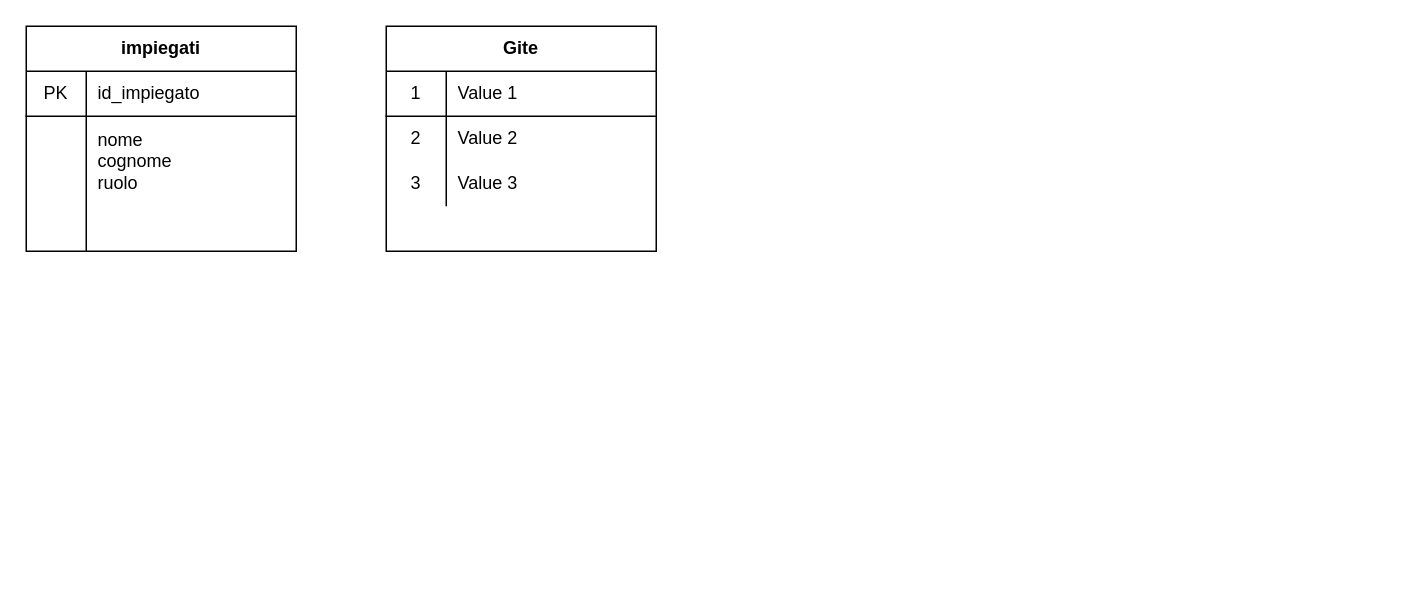
Above: Untitled Diagram.drawio in giuliacangani02/AgenziaViaggio (draw.io), before the change. Source tidied: cells renumbered, new cells numbered last; positions are measured from the earlier drawing's top-left corner, leaving out a move shared by most shapes. Both pictures are drawn from the tidied source at 150%, with x=0, y=0 at pixel (26, 26).
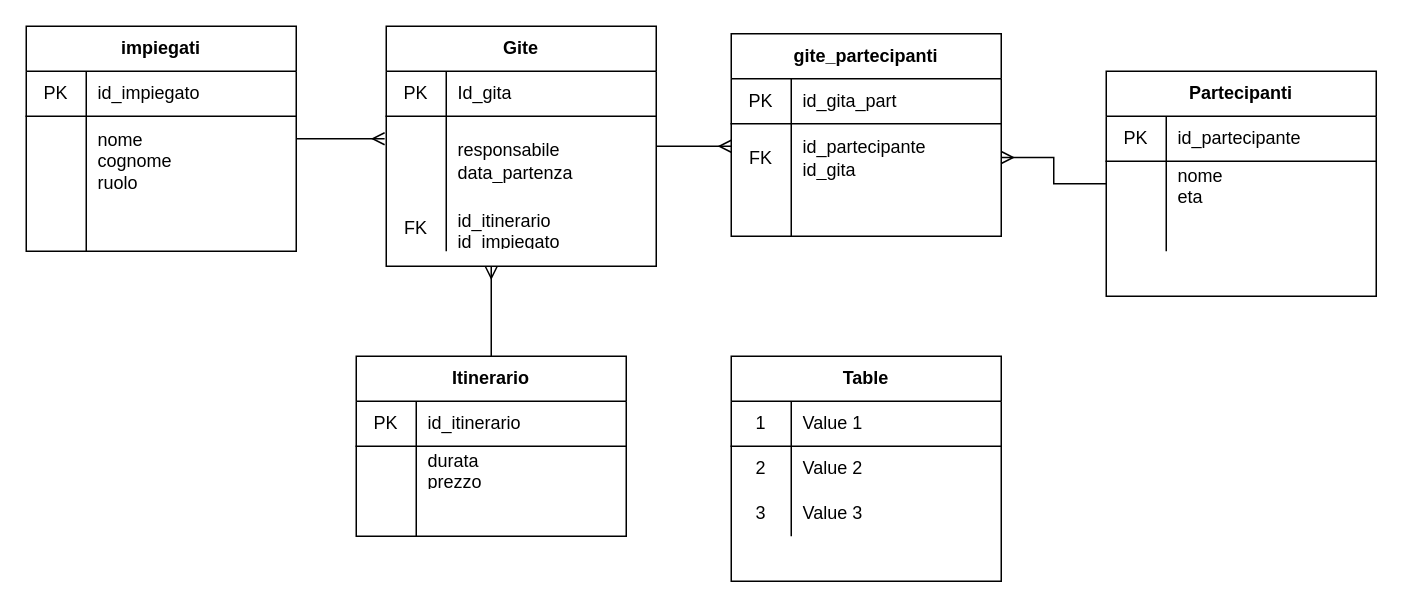
After the change.

Unchanged cells that the change refers to:
```xml
<mxCell id="2" value="impiegati" style="shape=table;html=1;whiteSpace=wrap;startSize=30;childLayout=tableLayout;rowLines=0;fontStyle=1;align=center;" parent="1" vertex="1">
  <mxGeometry width="180" height="150" as="geometry" />
</mxCell>
<mxCell id="13" style="shape=partialRectangle;html=1;whiteSpace=wrap;fillColor=none;top=0;left=0;bottom=1;right=0;" parent="12" vertex="1">
  <mxGeometry y="30" width="180" height="30" as="geometry" />
</mxCell>
```

What changed in the source:
```diff
@@
+    <mxCell id="22" style="edgeStyle=orthogonalEdgeStyle;rounded=0;jettySize=auto;html=1;entryX=-0.006;entryY=0.25;entryDx=0;entryDy=0;entryPerimeter=0;endArrow=ERmany;endFill=0;" parent="1" edge="1" source="2" target="16">
+      <mxGeometry relative="1" as="geometry" />
+    </mxCell>
@@
+    <mxCell id="23" style="edgeStyle=orthogonalEdgeStyle;rounded=0;jettySize=auto;html=1;entryX=0;entryY=0.333;entryDx=0;entryDy=0;entryPerimeter=0;endArrow=ERmany;endFill=0;" parent="1" edge="1" source="12" target="28">
+      <mxGeometry relative="1" as="geometry" />
+    </mxCell>
     <mxCell id="12" value="Gite" style="shape=table;html=1;whiteSpace=wrap;startSize=30;childLayout=tableLayout;rowLines=0;fontStyle=1;align=center;" parent="1" vertex="1">
-      <mxGeometry x="240" width="180" height="150" as="geometry" />
+      <mxGeometry x="240" width="180" height="160" as="geometry" />
     </mxCell>
@@
-    <mxCell id="14" value="1" style="shape=partialRectangle;html=1;whiteSpace=wrap;fillColor=none;top=0;left=0;bottom=0;right=0;overflow=hidden;" parent="13" vertex="1">
+    <mxCell id="14" value="PK" style="shape=partialRectangle;html=1;whiteSpace=wrap;fillColor=none;top=0;left=0;bottom=0;right=0;overflow=hidden;" parent="13" vertex="1">
       <mxGeometry width="40" height="30" as="geometry" />
     </mxCell>
-    <mxCell id="15" value="Value 1" style="shape=partialRectangle;html=1;whiteSpace=wrap;fillColor=none;top=0;left=0;bottom=0;right=0;align=left;spacingLeft=6;overflow=hidden;" parent="13" vertex="1">
+    <mxCell id="15" value="Id_gita" style="shape=partialRectangle;html=1;whiteSpace=wrap;fillColor=none;top=0;left=0;bottom=0;right=0;align=left;spacingLeft=6;overflow=hidden;" parent="13" vertex="1">
       <mxGeometry x="40" width="140" height="30" as="geometry" />
     </mxCell>
     <mxCell id="16" style="shape=partialRectangle;html=1;whiteSpace=wrap;fillColor=none;top=0;left=0;bottom=0;right=0;points=[[0,0.5],[1,0.5]];portConstraint=eastwest;" parent="12" vertex="1">
-      <mxGeometry y="60" width="180" height="30" as="geometry" />
+      <mxGeometry y="60" width="180" height="60" as="geometry" />
     </mxCell>
-    <mxCell id="17" value="2" style="shape=partialRectangle;html=1;whiteSpace=wrap;fillColor=none;top=0;left=0;bottom=0;right=0;overflow=hidden;" parent="16" vertex="1">
-      <mxGeometry width="40" height="30" as="geometry" />
+    <mxCell id="17" style="shape=partialRectangle;html=1;whiteSpace=wrap;fillColor=none;top=0;left=0;bottom=0;right=0;overflow=hidden;" parent="16" vertex="1">
+      <mxGeometry width="40" height="60" as="geometry" />
     </mxCell>
-    <mxCell id="18" value="Value 2" style="shape=partialRectangle;html=1;whiteSpace=wrap;fillColor=none;top=0;left=0;bottom=0;right=0;align=left;spacingLeft=6;overflow=hidden;" parent="16" vertex="1">
-      <mxGeometry x="40" width="140" height="30" as="geometry" />
+    <mxCell id="18" value="responsabile&lt;br&gt;data_partenza" style="shape=partialRectangle;html=1;whiteSpace=wrap;fillColor=none;top=0;left=0;bottom=0;right=0;align=left;spacingLeft=6;overflow=hidden;" parent="16" vertex="1">
+      <mxGeometry x="40" width="140" height="60" as="geometry" />
     </mxCell>
     <mxCell id="19" style="shape=partialRectangle;html=1;whiteSpace=wrap;fillColor=none;top=0;left=0;bottom=0;right=0;" parent="12" vertex="1">
-      <mxGeometry y="90" width="180" height="30" as="geometry" />
+      <mxGeometry y="120" width="180" height="30" as="geometry" />
     </mxCell>
-    <mxCell id="20" value="3" style="shape=partialRectangle;html=1;whiteSpace=wrap;fillColor=none;top=0;left=0;bottom=0;right=0;overflow=hidden;" parent="19" vertex="1">
+    <mxCell id="20" value="FK" style="shape=partialRectangle;html=1;whiteSpace=wrap;fillColor=none;top=0;left=0;bottom=0;right=0;overflow=hidden;" parent="19" vertex="1">
       <mxGeometry width="40" height="30" as="geometry" />
     </mxCell>
-    <mxCell id="21" value="Value 3" style="shape=partialRectangle;html=1;whiteSpace=wrap;fillColor=none;top=0;left=0;bottom=0;right=0;align=left;spacingLeft=6;overflow=hidden;" parent="19" vertex="1">
+    <mxCell id="21" value="id_itinerario&lt;br&gt;id_impiegato" style="shape=partialRectangle;html=1;whiteSpace=wrap;fillColor=none;top=0;left=0;bottom=0;right=0;align=left;spacingLeft=6;overflow=hidden;" parent="19" vertex="1">
       <mxGeometry x="40" width="140" height="30" as="geometry" />
     </mxCell>
+    <mxCell id="24" value="gite_partecipanti" style="shape=table;html=1;whiteSpace=wrap;startSize=30;childLayout=tableLayout;rowLines=0;fontStyle=1;align=center;" parent="1" vertex="1">
+      <mxGeometry x="470" y="5" width="180" height="135" as="geometry" />
+    </mxCell>
+    <mxCell id="25" style="shape=partialRectangle;html=1;whiteSpace=wrap;fillColor=none;top=0;left=0;bottom=1;right=0;" parent="24" vertex="1">
+      <mxGeometry y="30" width="180" height="30" as="geometry" />
+    </mxCell>
+    <mxCell id="26" value="PK" style="shape=partialRectangle;html=1;whiteSpace=wrap;fillColor=none;top=0;left=0;bottom=0;right=0;overflow=hidden;" parent="25" vertex="1">
+      <mxGeometry width="40" height="30" as="geometry" />
+    </mxCell>
+    <mxCell id="27" value="id_gita_part" style="shape=partialRectangle;html=1;whiteSpace=wrap;fillColor=none;top=0;left=0;bottom=0;right=0;align=left;spacingLeft=6;overflow=hidden;" parent="25" vertex="1">
+      <mxGeometry x="40" width="140" height="30" as="geometry" />
+    </mxCell>
+    <mxCell id="28" style="shape=partialRectangle;html=1;whiteSpace=wrap;fillColor=none;top=0;left=0;bottom=0;right=0;points=[[0,0.5],[1,0.5]];portConstraint=eastwest;" parent="24" vertex="1">
+      <mxGeometry y="60" width="180" height="45" as="geometry" />
+    </mxCell>
+    <mxCell id="29" value="FK" style="shape=partialRectangle;html=1;whiteSpace=wrap;fillColor=none;top=0;left=0;bottom=0;right=0;overflow=hidden;" parent="28" vertex="1">
+      <mxGeometry width="40" height="45" as="geometry" />
+    </mxCell>
+    <mxCell id="30" value="id_partecipante&lt;br&gt;id_gita&lt;br&gt;" style="shape=partialRectangle;html=1;whiteSpace=wrap;fillColor=none;top=0;left=0;bottom=0;right=0;align=left;spacingLeft=6;overflow=hidden;" parent="28" vertex="1">
+      <mxGeometry x="40" width="140" height="45" as="geometry" />
+    </mxCell>
+    <mxCell id="31" style="shape=partialRectangle;html=1;whiteSpace=wrap;fillColor=none;top=0;left=0;bottom=0;right=0;" parent="24" vertex="1">
+      <mxGeometry y="105" width="180" height="30" as="geometry" />
+    </mxCell>
+    <mxCell id="32" style="shape=partialRectangle;html=1;whiteSpace=wrap;fillColor=none;top=0;left=0;bottom=0;right=0;overflow=hidden;" parent="31" vertex="1">
+      <mxGeometry width="40" height="30" as="geometry" />
+    </mxCell>
+    <mxCell id="33" style="shape=partialRectangle;html=1;whiteSpace=wrap;fillColor=none;top=0;left=0;bottom=0;right=0;align=left;spacingLeft=6;overflow=hidden;" parent="31" vertex="1">
+      <mxGeometry x="40" width="140" height="30" as="geometry" />
+    </mxCell>
+    <mxCell id="34" value="Partecipanti" style="shape=table;html=1;whiteSpace=wrap;startSize=30;childLayout=tableLayout;rowLines=0;fontStyle=1;align=center;" parent="1" vertex="1">
+      <mxGeometry x="720" y="30" width="180" height="150" as="geometry" />
+    </mxCell>
+    <mxCell id="35" style="shape=partialRectangle;html=1;whiteSpace=wrap;fillColor=none;top=0;left=0;bottom=1;right=0;" parent="34" vertex="1">
+      <mxGeometry y="30" width="180" height="30" as="geometry" />
+    </mxCell>
+    <mxCell id="36" value="PK" style="shape=partialRectangle;html=1;whiteSpace=wrap;fillColor=none;top=0;left=0;bottom=0;right=0;overflow=hidden;" parent="35" vertex="1">
+      <mxGeometry width="40" height="30" as="geometry" />
+    </mxCell>
+    <mxCell id="37" value="id_partecipante" style="shape=partialRectangle;html=1;whiteSpace=wrap;fillColor=none;top=0;left=0;bottom=0;right=0;align=left;spacingLeft=6;overflow=hidden;" parent="35" vertex="1">
+      <mxGeometry x="40" width="140" height="30" as="geometry" />
+    </mxCell>
+    <mxCell id="38" style="shape=partialRectangle;html=1;whiteSpace=wrap;fillColor=none;top=0;left=0;bottom=0;right=0;points=[[0,0.5],[1,0.5]];portConstraint=eastwest;" parent="34" vertex="1">
+      <mxGeometry y="60" width="180" height="30" as="geometry" />
+    </mxCell>
+    <mxCell id="39" style="shape=partialRectangle;html=1;whiteSpace=wrap;fillColor=none;top=0;left=0;bottom=0;right=0;overflow=hidden;" parent="38" vertex="1">
+      <mxGeometry width="40" height="30" as="geometry" />
+    </mxCell>
+    <mxCell id="40" value="nome&lt;br&gt;eta&lt;br&gt;" style="shape=partialRectangle;html=1;whiteSpace=wrap;fillColor=none;top=0;left=0;bottom=0;right=0;align=left;spacingLeft=6;overflow=hidden;" parent="38" vertex="1">
+      <mxGeometry x="40" width="140" height="30" as="geometry" />
+    </mxCell>
+    <mxCell id="41" style="shape=partialRectangle;html=1;whiteSpace=wrap;fillColor=none;top=0;left=0;bottom=0;right=0;" parent="34" vertex="1">
+      <mxGeometry y="90" width="180" height="30" as="geometry" />
+    </mxCell>
+    <mxCell id="42" style="shape=partialRectangle;html=1;whiteSpace=wrap;fillColor=none;top=0;left=0;bottom=0;right=0;overflow=hidden;" parent="41" vertex="1">
+      <mxGeometry width="40" height="30" as="geometry" />
+    </mxCell>
+    <mxCell id="43" style="shape=partialRectangle;html=1;whiteSpace=wrap;fillColor=none;top=0;left=0;bottom=0;right=0;align=left;spacingLeft=6;overflow=hidden;" parent="41" vertex="1">
+      <mxGeometry x="40" width="140" height="30" as="geometry" />
+    </mxCell>
+    <mxCell id="44" style="edgeStyle=orthogonalEdgeStyle;rounded=0;jettySize=auto;html=1;endArrow=ERmany;endFill=0;" parent="1" edge="1" source="38" target="28">
+      <mxGeometry relative="1" as="geometry" />
+    </mxCell>
+    <mxCell id="45" style="edgeStyle=orthogonalEdgeStyle;rounded=0;jettySize=auto;html=1;endArrow=ERmany;endFill=0;" parent="1" edge="1" source="46">
+      <mxGeometry relative="1" as="geometry">
+        <mxPoint x="310" y="160" as="targetPoint" />
+      </mxGeometry>
+    </mxCell>
+    <mxCell id="46" value="Itinerario" style="shape=table;html=1;whiteSpace=wrap;startSize=30;childLayout=tableLayout;rowLines=0;fontStyle=1;align=center;" parent="1" vertex="1">
+      <mxGeometry x="220" y="220" width="180" height="120" as="geometry" />
+    </mxCell>
+    <mxCell id="47" style="shape=partialRectangle;html=1;whiteSpace=wrap;fillColor=none;top=0;left=0;bottom=1;right=0;" parent="46" vertex="1">
+      <mxGeometry y="30" width="180" height="30" as="geometry" />
+    </mxCell>
+    <mxCell id="48" value="PK" style="shape=partialRectangle;html=1;whiteSpace=wrap;fillColor=none;top=0;left=0;bottom=0;right=0;overflow=hidden;" parent="47" vertex="1">
+      <mxGeometry width="40" height="30" as="geometry" />
+    </mxCell>
+    <mxCell id="49" value="id_itinerario" style="shape=partialRectangle;html=1;whiteSpace=wrap;fillColor=none;top=0;left=0;bottom=0;right=0;align=left;spacingLeft=6;overflow=hidden;" parent="47" vertex="1">
+      <mxGeometry x="40" width="140" height="30" as="geometry" />
+    </mxCell>
+    <mxCell id="50" style="shape=partialRectangle;html=1;whiteSpace=wrap;fillColor=none;top=0;left=0;bottom=0;right=0;" parent="46" vertex="1">
+      <mxGeometry y="60" width="180" height="30" as="geometry" />
+    </mxCell>
+    <mxCell id="51" style="shape=partialRectangle;html=1;whiteSpace=wrap;fillColor=none;top=0;left=0;bottom=0;right=0;overflow=hidden;" parent="50" vertex="1">
+      <mxGeometry width="40" height="30" as="geometry" />
+    </mxCell>
+    <mxCell id="52" value="durata&lt;br&gt;prezzo" style="shape=partialRectangle;html=1;whiteSpace=wrap;fillColor=none;top=0;left=0;bottom=0;right=0;align=left;spacingLeft=6;overflow=hidden;" parent="50" vertex="1">
+      <mxGeometry x="40" width="140" height="30" as="geometry" />
+    </mxCell>
+    <mxCell id="53" style="shape=partialRectangle;html=1;whiteSpace=wrap;fillColor=none;top=0;left=0;bottom=0;right=0;" parent="46" vertex="1">
+      <mxGeometry y="90" width="180" height="30" as="geometry" />
+    </mxCell>
+    <mxCell id="54" style="shape=partialRectangle;html=1;whiteSpace=wrap;fillColor=none;top=0;left=0;bottom=0;right=0;overflow=hidden;" parent="53" vertex="1">
+      <mxGeometry width="40" height="30" as="geometry" />
+    </mxCell>
+    <mxCell id="55" style="shape=partialRectangle;html=1;whiteSpace=wrap;fillColor=none;top=0;left=0;bottom=0;right=0;align=left;spacingLeft=6;overflow=hidden;" parent="53" vertex="1">
+      <mxGeometry x="40" width="140" height="30" as="geometry" />
+    </mxCell>
+    <mxCell id="56" value="Table" style="shape=table;html=1;whiteSpace=wrap;startSize=30;childLayout=tableLayout;rowLines=0;fontStyle=1;align=center;" parent="1" vertex="1">
+      <mxGeometry x="470" y="220" width="180" height="150" as="geometry" />
+    </mxCell>
+    <mxCell id="57" style="shape=partialRectangle;html=1;whiteSpace=wrap;fillColor=none;top=0;left=0;bottom=1;right=0;" parent="56" vertex="1">
+      <mxGeometry y="30" width="180" height="30" as="geometry" />
+    </mxCell>
+    <mxCell id="58" value="1" style="shape=partialRectangle;html=1;whiteSpace=wrap;fillColor=none;top=0;left=0;bottom=0;right=0;overflow=hidden;" parent="57" vertex="1">
+      <mxGeometry width="40" height="30" as="geometry" />
+    </mxCell>
+    <mxCell id="59" value="Value 1" style="shape=partialRectangle;html=1;whiteSpace=wrap;fillColor=none;top=0;left=0;bottom=0;right=0;align=left;spacingLeft=6;overflow=hidden;" parent="57" vertex="1">
+      <mxGeometry x="40" width="140" height="30" as="geometry" />
+    </mxCell>
+    <mxCell id="60" style="shape=partialRectangle;html=1;whiteSpace=wrap;fillColor=none;top=0;left=0;bottom=0;right=0;" parent="56" vertex="1">
+      <mxGeometry y="60" width="180" height="30" as="geometry" />
+    </mxCell>
+    <mxCell id="61" value="2" style="shape=partialRectangle;html=1;whiteSpace=wrap;fillColor=none;top=0;left=0;bottom=0;right=0;overflow=hidden;" parent="60" vertex="1">
+      <mxGeometry width="40" height="30" as="geometry" />
+    </mxCell>
+    <mxCell id="62" value="Value 2" style="shape=partialRectangle;html=1;whiteSpace=wrap;fillColor=none;top=0;left=0;bottom=0;right=0;align=left;spacingLeft=6;overflow=hidden;" parent="60" vertex="1">
+      <mxGeometry x="40" width="140" height="30" as="geometry" />
+    </mxCell>
+    <mxCell id="63" style="shape=partialRectangle;html=1;whiteSpace=wrap;fillColor=none;top=0;left=0;bottom=0;right=0;" parent="56" vertex="1">
+      <mxGeometry y="90" width="180" height="30" as="geometry" />
+    </mxCell>
+    <mxCell id="64" value="3" style="shape=partialRectangle;html=1;whiteSpace=wrap;fillColor=none;top=0;left=0;bottom=0;right=0;overflow=hidden;" parent="63" vertex="1">
+      <mxGeometry width="40" height="30" as="geometry" />
+    </mxCell>
+    <mxCell id="65" value="Value 3" style="shape=partialRectangle;html=1;whiteSpace=wrap;fillColor=none;top=0;left=0;bottom=0;right=0;align=left;spacingLeft=6;overflow=hidden;" parent="63" vertex="1">
+      <mxGeometry x="40" width="140" height="30" as="geometry" />
+    </mxCell>
```
